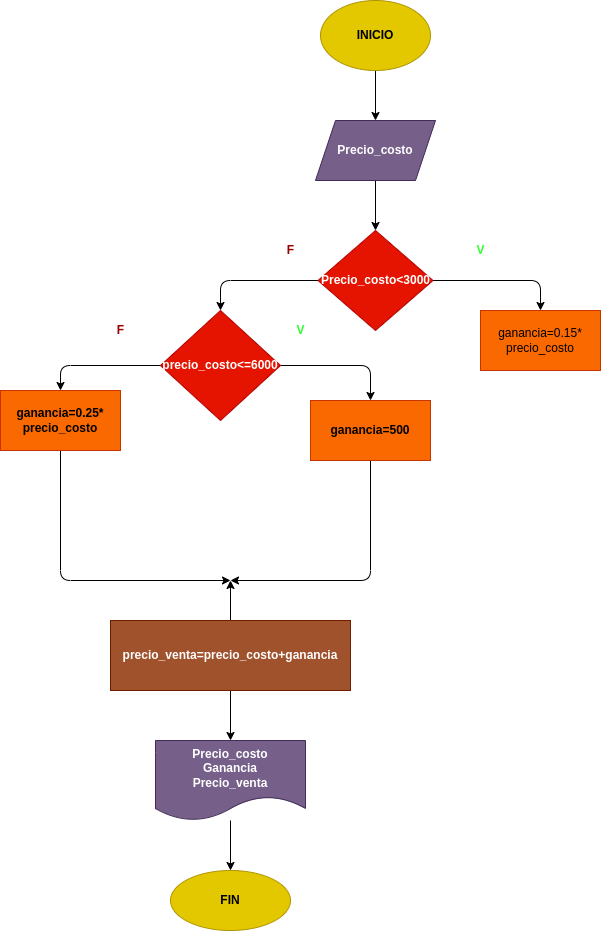
Above: Ejercicio_3/diagrama.png in axlynaylyngarcia/Ejercicios_condicionales- (draw.io), before the change. Source tidied: cells renumbered, new cells last; positions are measured from the earlier drawing's top-left corner, leaving out a move shared by most shapes. Its diagram source:
```xml
<mxGraphModel>
  <root>
    <mxCell id="0" />
    <mxCell id="1" parent="0" />
    <mxCell id="2" style="edgeStyle=none;html=1;fontColor=#000000;" parent="1" edge="1" source="3" target="5">
      <mxGeometry relative="1" as="geometry" />
    </mxCell>
    <mxCell id="3" value="&lt;b&gt;&lt;font color=&quot;#000000&quot;&gt;INICIO&lt;/font&gt;&lt;/b&gt;" style="ellipse;whiteSpace=wrap;html=1;fillColor=#e3c800;strokeColor=#B09500;fontColor=#000000;" parent="1" vertex="1">
      <mxGeometry x="320" width="110" height="70" as="geometry" />
    </mxCell>
    <mxCell id="4" style="edgeStyle=none;html=1;fontColor=#000000;" parent="1" edge="1" source="5" target="8">
      <mxGeometry relative="1" as="geometry" />
    </mxCell>
    <mxCell id="5" value="&lt;b&gt;Precio_costo&lt;/b&gt;" style="shape=parallelogram;perimeter=parallelogramPerimeter;whiteSpace=wrap;html=1;fixedSize=1;fillColor=#76608a;strokeColor=#432D57;fontColor=#ffffff;" parent="1" vertex="1">
      <mxGeometry x="315" y="120" width="120" height="60" as="geometry" />
    </mxCell>
    <mxCell id="6" style="edgeStyle=none;html=1;fontColor=#000000;" parent="1" edge="1" source="8" target="9">
      <mxGeometry relative="1" as="geometry">
        <Array as="points">
          <mxPoint x="540" y="280" />
        </Array>
      </mxGeometry>
    </mxCell>
    <mxCell id="7" style="edgeStyle=none;html=1;fontColor=#33FF33;" parent="1" edge="1" source="8" target="13">
      <mxGeometry relative="1" as="geometry">
        <Array as="points">
          <mxPoint x="220" y="280" />
        </Array>
      </mxGeometry>
    </mxCell>
    <mxCell id="8" value="&lt;b&gt;Precio_costo&amp;lt;3000&lt;/b&gt;" style="rhombus;whiteSpace=wrap;html=1;fillColor=#e51400;strokeColor=#B20000;fontColor=#ffffff;" parent="1" vertex="1">
      <mxGeometry x="317.5" y="230" width="115" height="100" as="geometry" />
    </mxCell>
    <mxCell id="9" value="ganancia=0.15* precio_costo" style="whiteSpace=wrap;html=1;fillColor=#fa6800;strokeColor=#C73500;fontColor=#000000;" parent="1" vertex="1">
      <mxGeometry x="480" y="310" width="120" height="60" as="geometry" />
    </mxCell>
    <mxCell id="10" value="&lt;font color=&quot;#33ff33&quot;&gt;&lt;b&gt;V&lt;/b&gt;&lt;/font&gt;" style="text;html=1;align=center;verticalAlign=middle;strokeColor=none;fillColor=none;fontColor=#000000;" parent="1" vertex="1">
      <mxGeometry x="470" y="240" width="20" height="20" as="geometry" />
    </mxCell>
    <mxCell id="11" style="edgeStyle=none;html=1;fontColor=#000000;" parent="1" edge="1" source="13" target="15">
      <mxGeometry relative="1" as="geometry">
        <Array as="points">
          <mxPoint x="370" y="365" />
        </Array>
      </mxGeometry>
    </mxCell>
    <mxCell id="12" style="edgeStyle=none;html=1;fontColor=#000000;" parent="1" edge="1" source="13" target="17">
      <mxGeometry relative="1" as="geometry">
        <Array as="points">
          <mxPoint x="60" y="365" />
        </Array>
      </mxGeometry>
    </mxCell>
    <mxCell id="13" value="&lt;b&gt;precio_costo&amp;lt;=6000&lt;/b&gt;" style="rhombus;whiteSpace=wrap;html=1;fillColor=#e51400;strokeColor=#B20000;fontColor=#ffffff;" parent="1" vertex="1">
      <mxGeometry x="160" y="310" width="120" height="110" as="geometry" />
    </mxCell>
    <mxCell id="14" style="edgeStyle=none;html=1;fontColor=#000000;" parent="1" edge="1" source="15">
      <mxGeometry relative="1" as="geometry">
        <mxPoint x="230" y="580" as="targetPoint" />
        <Array as="points">
          <mxPoint x="370" y="580" />
        </Array>
      </mxGeometry>
    </mxCell>
    <mxCell id="15" value="&lt;b&gt;ganancia=500&lt;/b&gt;" style="whiteSpace=wrap;html=1;fillColor=#fa6800;strokeColor=#C73500;fontColor=#000000;" parent="1" vertex="1">
      <mxGeometry x="310" y="400" width="120" height="60" as="geometry" />
    </mxCell>
    <mxCell id="16" style="edgeStyle=none;html=1;fontColor=#000000;" parent="1" edge="1" source="17">
      <mxGeometry relative="1" as="geometry">
        <mxPoint x="230" y="580" as="targetPoint" />
        <Array as="points">
          <mxPoint x="60" y="580" />
        </Array>
      </mxGeometry>
    </mxCell>
    <mxCell id="17" value="&lt;b&gt;ganancia=0.25* precio_costo&lt;/b&gt;" style="whiteSpace=wrap;html=1;fillColor=#fa6800;strokeColor=#C73500;fontColor=#000000;" parent="1" vertex="1">
      <mxGeometry y="390" width="120" height="60" as="geometry" />
    </mxCell>
    <mxCell id="18" style="edgeStyle=none;html=1;fontColor=#000000;" parent="1" edge="1">
      <mxGeometry relative="1" as="geometry">
        <mxPoint x="230" y="620" as="sourcePoint" />
        <mxPoint x="230" y="580" as="targetPoint" />
      </mxGeometry>
    </mxCell>
    <mxCell id="19" style="edgeStyle=none;html=1;fontColor=#000000;" parent="1" edge="1" source="20" target="22">
      <mxGeometry relative="1" as="geometry" />
    </mxCell>
    <mxCell id="20" value="&lt;b&gt;precio_venta=precio_costo+ganancia&lt;/b&gt;" style="rounded=0;whiteSpace=wrap;html=1;fontColor=#ffffff;fillColor=#a0522d;strokeColor=#6D1F00;" parent="1" vertex="1">
      <mxGeometry x="110" y="620" width="240" height="70" as="geometry" />
    </mxCell>
    <mxCell id="21" style="edgeStyle=none;html=1;fontColor=#000000;" parent="1" edge="1" source="22" target="23">
      <mxGeometry relative="1" as="geometry" />
    </mxCell>
    <mxCell id="22" value="&lt;b&gt;Precio_costo&lt;/b&gt;&lt;br&gt;&lt;b&gt;Ganancia&lt;/b&gt;&lt;br&gt;&lt;b&gt;Precio_venta&lt;/b&gt;" style="shape=document;whiteSpace=wrap;html=1;boundedLbl=1;fillColor=#76608a;strokeColor=#432D57;fontColor=#ffffff;rounded=0;" parent="1" vertex="1">
      <mxGeometry x="155" y="740" width="150" height="80" as="geometry" />
    </mxCell>
    <mxCell id="23" value="&lt;b&gt;FIN&lt;/b&gt;" style="ellipse;whiteSpace=wrap;html=1;fillColor=#e3c800;strokeColor=#B09500;fontColor=#000000;rounded=0;" parent="1" vertex="1">
      <mxGeometry x="170" y="870" width="120" height="60" as="geometry" />
    </mxCell>
    <mxCell id="24" value="&lt;font color=&quot;#990000&quot;&gt;&lt;b&gt;F&lt;/b&gt;&lt;/font&gt;" style="text;html=1;align=center;verticalAlign=middle;strokeColor=none;fillColor=none;fontColor=#000000;" parent="1" vertex="1">
      <mxGeometry x="280" y="240" width="20" height="20" as="geometry" />
    </mxCell>
    <mxCell id="25" value="&lt;b&gt;F&lt;/b&gt;" style="text;html=1;align=center;verticalAlign=middle;strokeColor=none;fillColor=none;fontColor=#990000;" parent="1" vertex="1">
      <mxGeometry x="110" y="320" width="20" height="20" as="geometry" />
    </mxCell>
    <mxCell id="26" value="&lt;b&gt;&lt;font color=&quot;#33ff33&quot;&gt;V&lt;/font&gt;&lt;/b&gt;" style="text;html=1;align=center;verticalAlign=middle;strokeColor=none;fillColor=none;fontColor=#990000;" parent="1" vertex="1">
      <mxGeometry x="290" y="320" width="20" height="20" as="geometry" />
    </mxCell>
  </root>
</mxGraphModel>
```
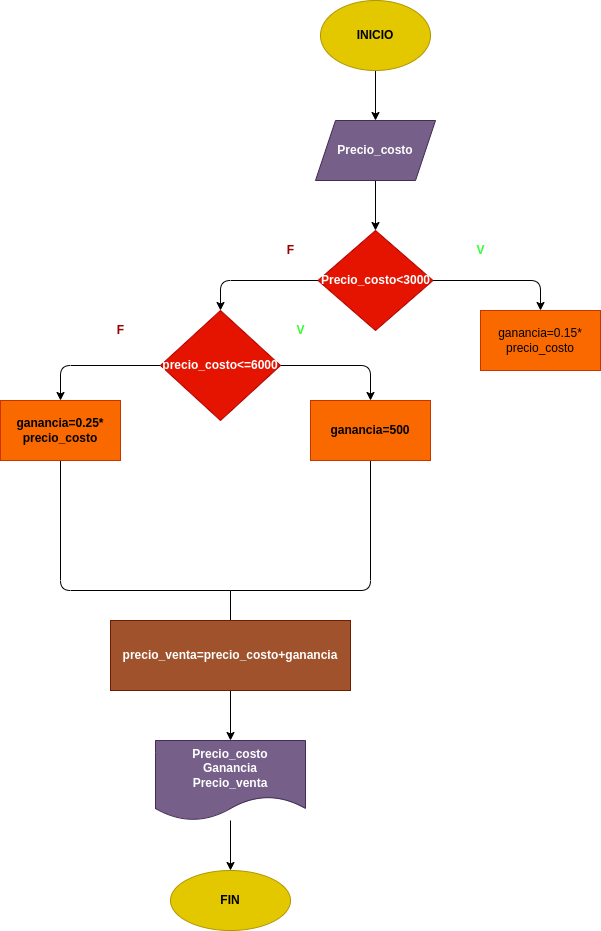
After the commit.

What changed in the source:
```diff
@@ -54,37 +54,36 @@
     <mxCell id="13" value="&lt;b&gt;precio_costo&amp;lt;=6000&lt;/b&gt;" style="rhombus;whiteSpace=wrap;html=1;fillColor=#e51400;strokeColor=#B20000;fontColor=#ffffff;" parent="1" vertex="1">
       <mxGeometry x="160" y="310" width="120" height="110" as="geometry" />
     </mxCell>
-    <mxCell id="14" style="edgeStyle=none;html=1;fontColor=#000000;" parent="1" edge="1" source="15">
-      <mxGeometry relative="1" as="geometry">
-        <mxPoint x="230" y="580" as="targetPoint" />
-        <Array as="points">
-          <mxPoint x="370" y="580" />
-        </Array>
-      </mxGeometry>
-    </mxCell>
+    <mxCell id="27" style="edgeStyle=none;html=1;endArrow=none;endFill=0;" parent="1" edge="1" source="15">
+      <mxGeometry relative="1" as="geometry">
+        <mxPoint x="230" y="590" as="targetPoint" />
+        <Array as="points">
+          <mxPoint x="370" y="590" />
+        </Array>
+      </mxGeometry>
+    </mxCell>
     <mxCell id="15" value="&lt;b&gt;ganancia=500&lt;/b&gt;" style="whiteSpace=wrap;html=1;fillColor=#fa6800;strokeColor=#C73500;fontColor=#000000;" parent="1" vertex="1">
       <mxGeometry x="310" y="400" width="120" height="60" as="geometry" />
     </mxCell>
-    <mxCell id="16" style="edgeStyle=none;html=1;fontColor=#000000;" parent="1" edge="1" source="17">
-      <mxGeometry relative="1" as="geometry">
-        <mxPoint x="230" y="580" as="targetPoint" />
-        <Array as="points">
-          <mxPoint x="60" y="580" />
-        </Array>
-      </mxGeometry>
-    </mxCell>
+    <mxCell id="28" style="edgeStyle=none;html=1;endArrow=none;endFill=0;" parent="1" edge="1" source="17">
+      <mxGeometry relative="1" as="geometry">
+        <mxPoint x="230" y="590" as="targetPoint" />
+        <Array as="points">
+          <mxPoint x="60" y="590" />
+        </Array>
+      </mxGeometry>
+    </mxCell>
     <mxCell id="17" value="&lt;b&gt;ganancia=0.25* precio_costo&lt;/b&gt;" style="whiteSpace=wrap;html=1;fillColor=#fa6800;strokeColor=#C73500;fontColor=#000000;" parent="1" vertex="1">
-      <mxGeometry y="390" width="120" height="60" as="geometry" />
+      <mxGeometry y="400" width="120" height="60" as="geometry" />
     </mxCell>
-    <mxCell id="18" style="edgeStyle=none;html=1;fontColor=#000000;" parent="1" edge="1">
-      <mxGeometry relative="1" as="geometry">
-        <mxPoint x="230" y="620" as="sourcePoint" />
-        <mxPoint x="230" y="580" as="targetPoint" />
-      </mxGeometry>
-    </mxCell>
     <mxCell id="19" style="edgeStyle=none;html=1;fontColor=#000000;" parent="1" edge="1" source="20" target="22">
       <mxGeometry relative="1" as="geometry" />
     </mxCell>
+    <mxCell id="29" style="edgeStyle=none;html=1;exitX=0.5;exitY=0;exitDx=0;exitDy=0;endArrow=none;endFill=0;" parent="1" edge="1" source="20">
+      <mxGeometry relative="1" as="geometry">
+        <mxPoint x="230" y="590" as="targetPoint" />
+      </mxGeometry>
+    </mxCell>
     <mxCell id="20" value="&lt;b&gt;precio_venta=precio_costo+ganancia&lt;/b&gt;" style="rounded=0;whiteSpace=wrap;html=1;fontColor=#ffffff;fillColor=#a0522d;strokeColor=#6D1F00;" parent="1" vertex="1">
       <mxGeometry x="110" y="620" width="240" height="70" as="geometry" />
     </mxCell>
```
